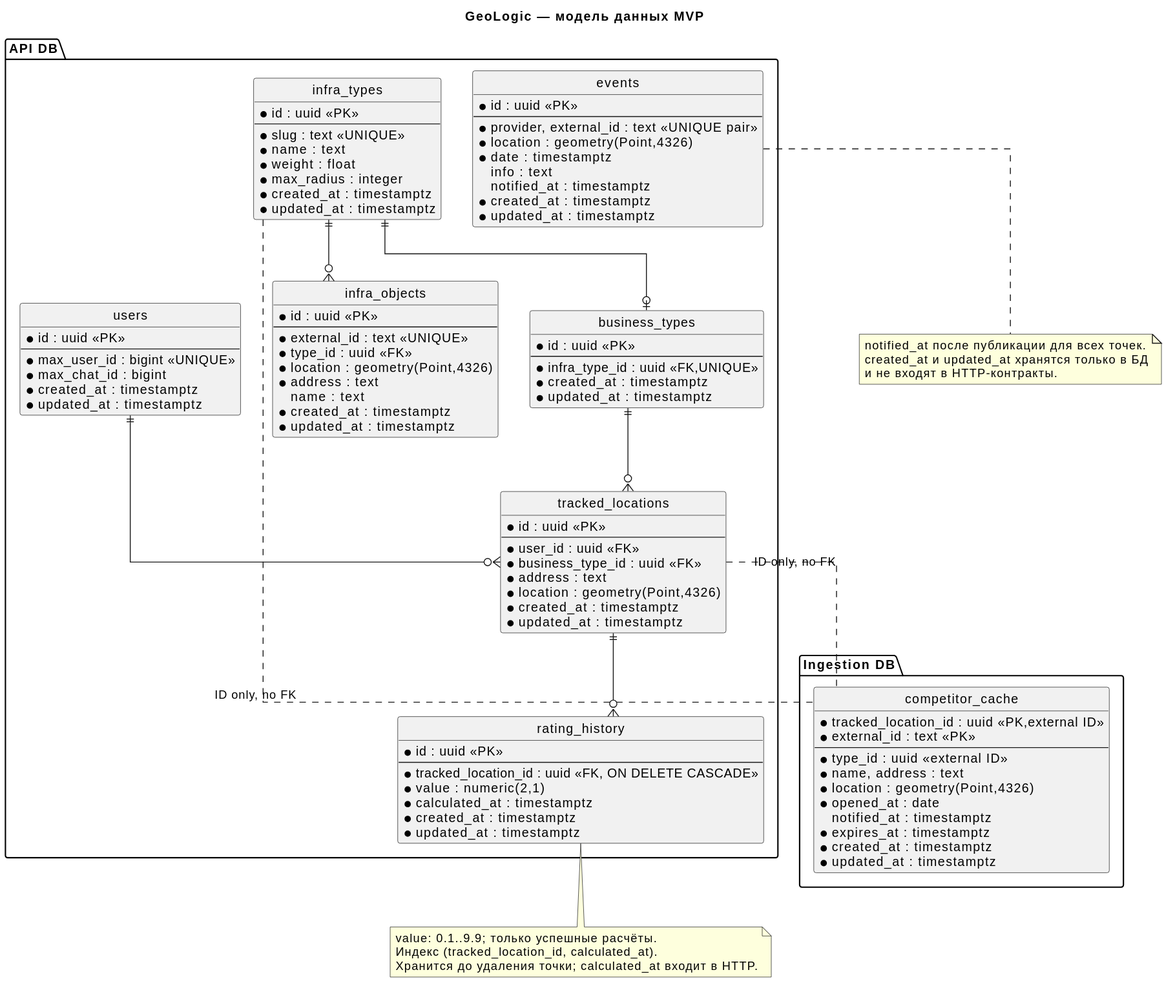
Above: docs/diagrams/rendered/er-model.svg in kotafan1rich/GeoLogic-Monitor (PlantUML), before the change.
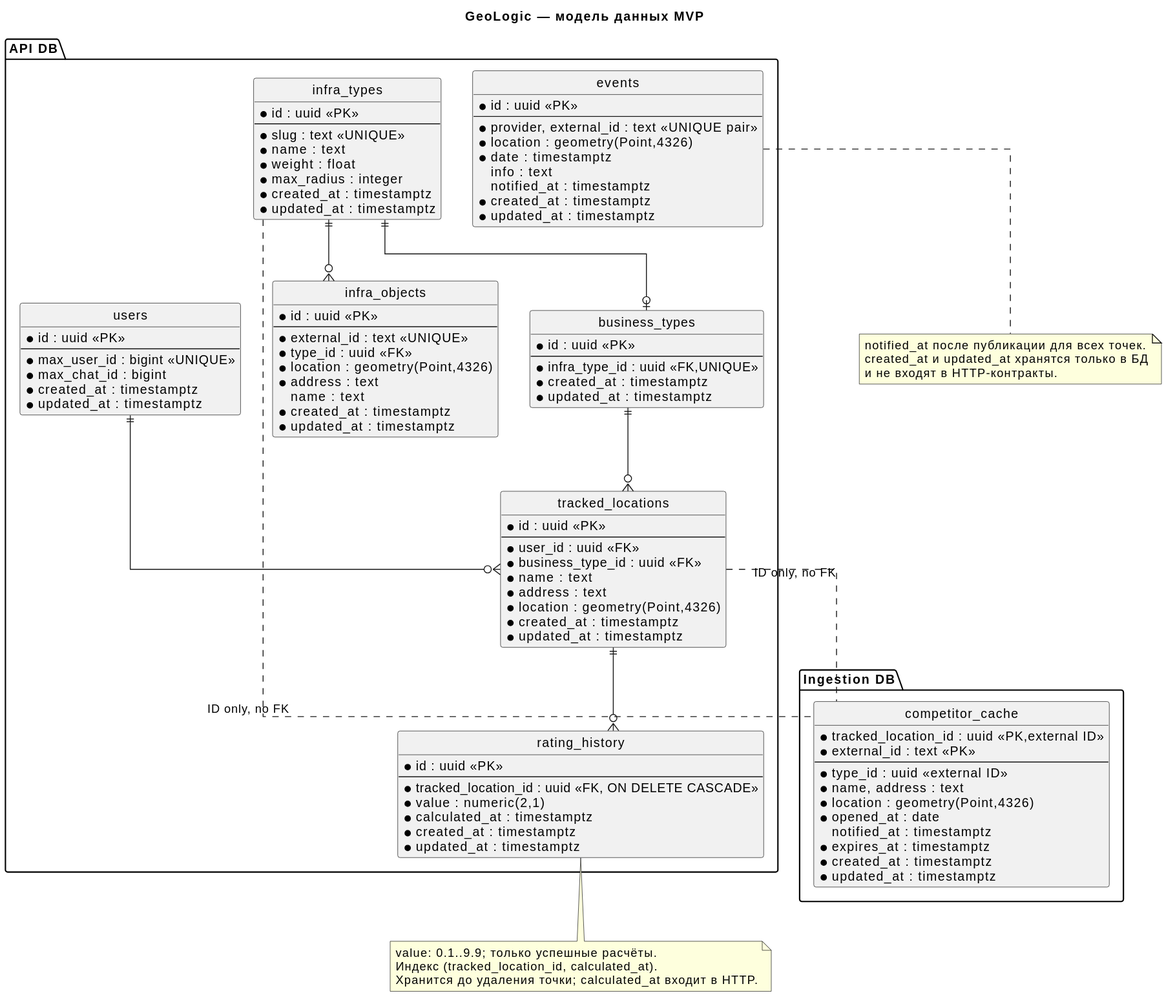
Later version of the same file.

What changed in the source:
```diff
@@ -16,6 +16,7 @@
  --
  * user_id : uuid <<FK>>
  * business_type_id : uuid <<FK>>
+ * name : text
  * address : text
  * location : geometry(Point,4326)
  * created_at : timestamptz
```
